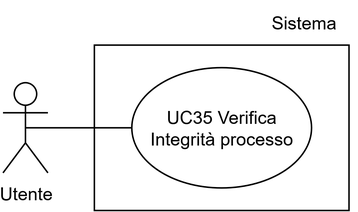
Above: assets/uml/UC35.png in 7-ZPUs/Docs (draw.io), before the change. Source tidied: cells renumbered, new cells last; positions are measured from the earlier drawing's top-left corner, leaving out a move shared by most shapes. The source it was exported from:
```xml
<mxGraphModel>
  <root>
    <mxCell id="0" />
    <mxCell id="1" parent="0" />
    <mxCell id="2" style="rounded=0;whiteSpace=wrap;html=1;" parent="1" vertex="1">
      <mxGeometry x="61" y="30" width="170" height="110" as="geometry" />
    </mxCell>
    <mxCell id="3" value="Utente" style="shape=umlActor;verticalLabelPosition=bottom;verticalAlign=top;html=1;outlineConnect=0;" parent="1" vertex="1">
      <mxGeometry y="55" width="30" height="60" as="geometry" />
    </mxCell>
    <mxCell id="4" value="UC35 Verifica Integrità processo" style="ellipse;whiteSpace=wrap;html=1;" parent="1" vertex="1">
      <mxGeometry x="86" y="45" width="120" height="80" as="geometry" />
    </mxCell>
    <mxCell id="5" value="&lt;div&gt;Sistema&lt;/div&gt;" style="text;html=1;whiteSpace=wrap;strokeColor=none;fillColor=none;align=center;verticalAlign=middle;rounded=0;" parent="1" vertex="1">
      <mxGeometry x="166" width="70" height="30" as="geometry" />
    </mxCell>
    <mxCell id="6" style="endArrow=none;html=1;rounded=0;exitX=0;exitY=0.5;exitDx=0;exitDy=0;entryX=0.5;entryY=0.5;entryDx=0;entryDy=0;entryPerimeter=0;" parent="1" edge="1" source="4" target="3">
      <mxGeometry relative="1" as="geometry" />
    </mxCell>
  </root>
</mxGraphModel>
```
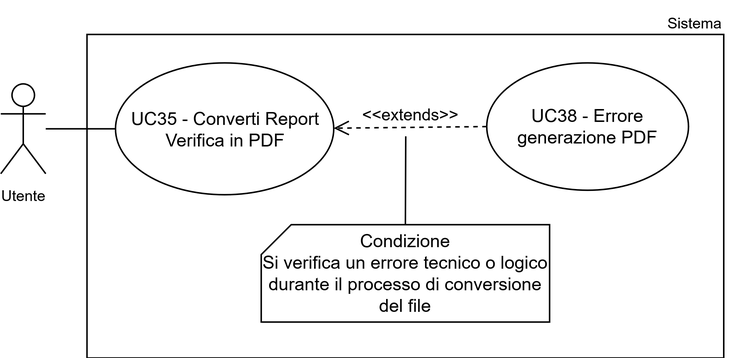
The same diagram one commit later.

Diff of the diagram source:
```diff
@@ -2,20 +2,34 @@
   <root>
     <mxCell id="0" />
     <mxCell id="1" parent="0" />
-    <mxCell id="2" style="rounded=0;whiteSpace=wrap;html=1;" parent="1" vertex="1">
-      <mxGeometry x="61" y="30" width="170" height="110" as="geometry" />
+    <mxCell id="2" style="whiteSpace=wrap;html=1;" parent="1" vertex="1">
+      <mxGeometry x="-131.5" y="1222.5" width="424.5" height="216" as="geometry" />
     </mxCell>
-    <mxCell id="3" value="Utente" style="shape=umlActor;verticalLabelPosition=bottom;verticalAlign=top;html=1;outlineConnect=0;" parent="1" vertex="1">
-      <mxGeometry y="55" width="30" height="60" as="geometry" />
+    <mxCell id="3" value="&lt;div&gt;UC35 - Converti Report Verifica in PDF&lt;/div&gt;" style="ellipse;whiteSpace=wrap;html=1;" parent="1" vertex="1">
+      <mxGeometry x="-112.5" y="1241.5" width="145.5" height="88" as="geometry" />
     </mxCell>
-    <mxCell id="4" value="UC35 Verifica Integrità processo" style="ellipse;whiteSpace=wrap;html=1;" parent="1" vertex="1">
-      <mxGeometry x="86" y="45" width="120" height="80" as="geometry" />
+    <mxCell id="4" value="Sistema" style="text;html=1;whiteSpace=wrap;strokeColor=none;fillColor=none;align=center;verticalAlign=middle;rounded=0;fontSize=10;" parent="1" vertex="1">
+      <mxGeometry x="244" y="1200" width="60" height="30" as="geometry" />
     </mxCell>
-    <mxCell id="5" value="&lt;div&gt;Sistema&lt;/div&gt;" style="text;html=1;whiteSpace=wrap;strokeColor=none;fillColor=none;align=center;verticalAlign=middle;rounded=0;" parent="1" vertex="1">
-      <mxGeometry x="166" width="70" height="30" as="geometry" />
+    <mxCell id="5" style="endArrow=none;html=1;rounded=0;entryX=0;entryY=0.5;entryDx=0;entryDy=0;" parent="1" edge="1" source="10" target="3">
+      <mxGeometry relative="1" as="geometry" />
     </mxCell>
-    <mxCell id="6" style="endArrow=none;html=1;rounded=0;exitX=0;exitY=0.5;exitDx=0;exitDy=0;entryX=0.5;entryY=0.5;entryDx=0;entryDy=0;entryPerimeter=0;" parent="1" edge="1" source="4" target="3">
-      <mxGeometry relative="1" as="geometry" />
+    <mxCell id="6" value="UC38 - Errore generazione PDF" style="ellipse;whiteSpace=wrap;html=1;" parent="1" vertex="1">
+      <mxGeometry x="135" y="1241.5" width="134.5" height="85" as="geometry" />
     </mxCell>
+    <mxCell id="7" value="&amp;lt;&amp;lt;extends&amp;gt;&amp;gt;" style="html=1;verticalAlign=bottom;endArrow=open;dashed=1;endSize=8;curved=0;rounded=0;endFill=0;exitX=0;exitY=0.5;exitDx=0;exitDy=0;" parent="1" edge="1" source="6" target="3">
+      <mxGeometry relative="1" as="geometry" />
+    </mxCell>
+    <mxCell id="8" value="Condizione&lt;div&gt;Si verifica un errore tecnico o logico durante il processo di conversione del file&lt;/div&gt;" style="shape=card;whiteSpace=wrap;html=1;size=20;" parent="1" vertex="1">
+      <mxGeometry x="-15.4" y="1349.5" width="192.2" height="65" as="geometry" />
+    </mxCell>
+    <mxCell id="9" style="endArrow=none;startArrow=none;html=1;rounded=0;entryX=0.5;entryY=0;entryDx=0;entryDy=0;entryPerimeter=0;startFill=0;endFill=0;" parent="1" edge="1" target="8">
+      <mxGeometry relative="1" as="geometry">
+        <mxPoint x="81" y="1290.5" as="sourcePoint" />
+      </mxGeometry>
+    </mxCell>
+    <mxCell id="10" value="&lt;font style=&quot;font-size: 10px;&quot;&gt;Utente&lt;/font&gt;" style="shape=umlActor;verticalLabelPosition=bottom;verticalAlign=top;html=1;outlineConnect=0;" parent="1" vertex="1">
+      <mxGeometry x="-189" y="1255.5" width="30" height="60" as="geometry" />
+    </mxCell>
   </root>
 </mxGraphModel>
```
